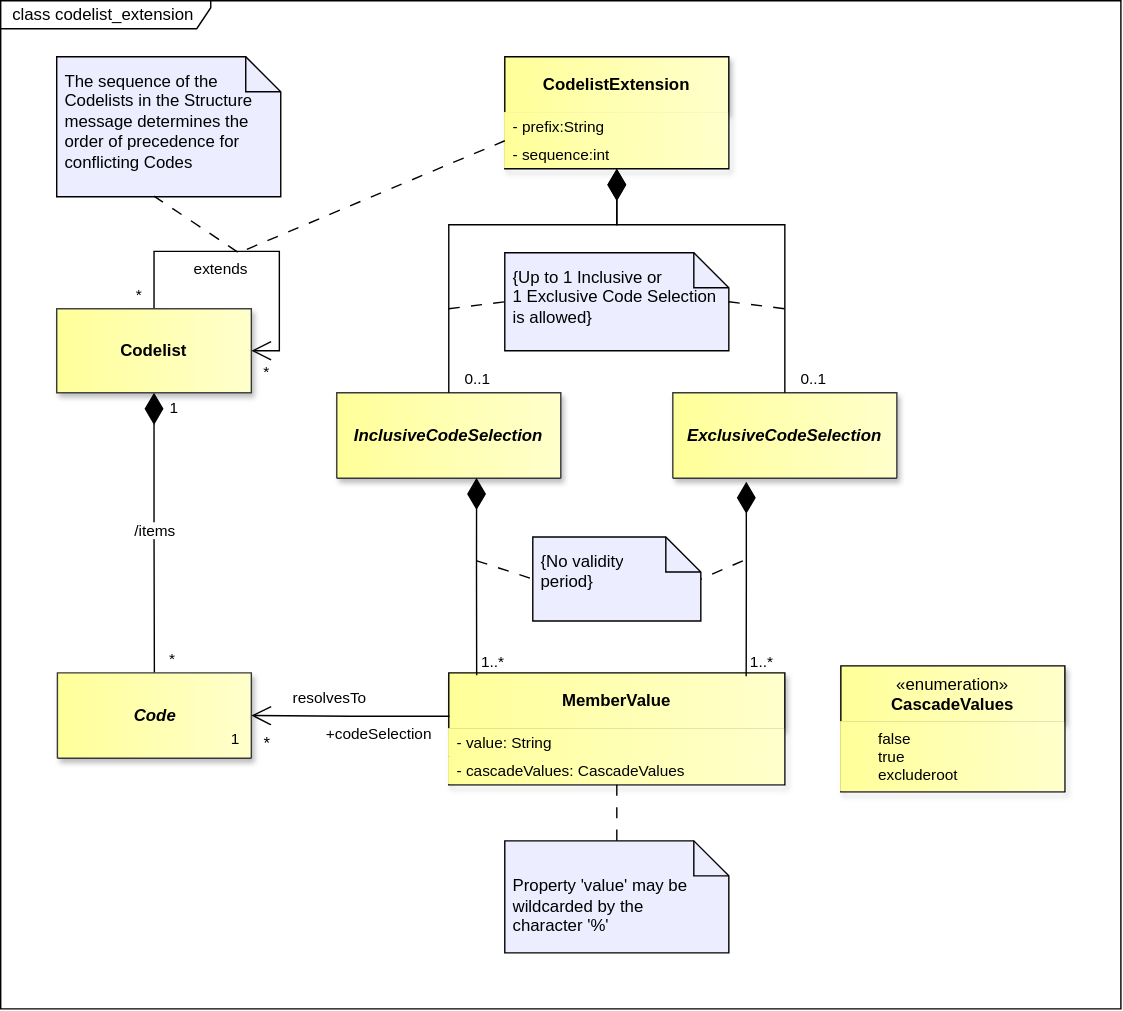
Earlier version of the draw.io export docs/information_model/media/sdmx_codelist-codelist_extension.svg (sdmx-twg/sdmx-im). Source tidied: cells renumbered, new cells last; positions are measured from the earlier drawing's top-left corner, leaving out a move shared by most shapes.
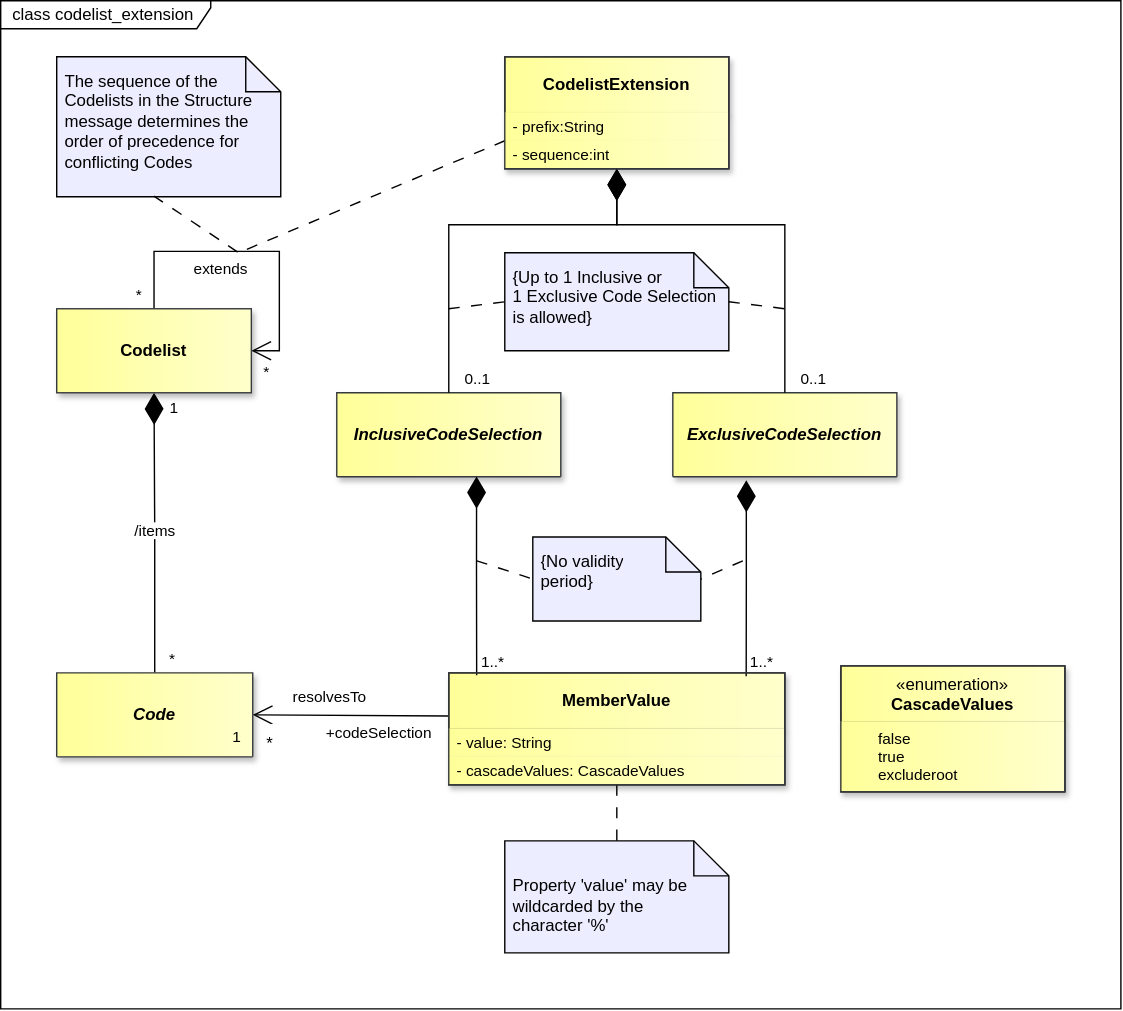
After the commit.

Change to the diagram source:
```diff
@@ -53,10 +53,10 @@
     <mxCell id="18" value="CodelistExtension" style="swimlane;fontStyle=1;align=center;verticalAlign=middle;horizontal=1;startSize=40;whiteSpace=wrap;html=1;fillColor=light-dark(#FFFF99,#FFFF99);strokeColor=light-dark(#000000,#000000);gradientDirection=east;swimlaneLine=1;fontColor=light-dark(#000000,#000000);labelBackgroundColor=none;textShadow=0;gradientColor=light-dark(#FFFFCC,#FFFFCC);shadow=1;" parent="1" vertex="1">
       <mxGeometry x="360" y="40" width="160" height="80" as="geometry" />
     </mxCell>
-    <mxCell id="19" value="- prefix:String" style="text;strokeColor=none;fillColor=light-dark(#FFFF99,#FFFF99);align=left;verticalAlign=middle;spacingLeft=4;spacingRight=4;overflow=hidden;whiteSpace=wrap;html=1;fontFamily=Helvetica;fontSize=11;fontColor=light-dark(#000000,#000000);gradientColor=light-dark(#FFFFCC,#FFFFCC);gradientDirection=east;" parent="18" vertex="1">
+    <mxCell id="19" value="- prefix:String" style="text;strokeColor=none;fillColor=light-dark(#FFFF99,#FFFF99);align=left;verticalAlign=middle;spacingLeft=4;spacingRight=4;overflow=hidden;whiteSpace=wrap;html=1;fontFamily=Helvetica;fontSize=11;fontColor=light-dark(#000000,#000000);gradientColor=light-dark(#FFFFCC,#FFFFCC);gradientDirection=east;shadow=1;" parent="18" vertex="1">
       <mxGeometry y="40" width="160" height="20" as="geometry" />
     </mxCell>
-    <mxCell id="20" value="&lt;div&gt;- sequence:int&lt;/div&gt;" style="text;strokeColor=none;fillColor=light-dark(#FFFF99,#FFFF99);align=left;verticalAlign=middle;spacingLeft=4;spacingRight=4;overflow=hidden;whiteSpace=wrap;html=1;fontFamily=Helvetica;fontSize=11;fontColor=light-dark(#000000,#000000);gradientColor=light-dark(#FFFFCC,#FFFFCC);gradientDirection=east;" parent="18" vertex="1">
+    <mxCell id="20" value="&lt;div&gt;- sequence:int&lt;/div&gt;" style="text;strokeColor=none;fillColor=light-dark(#FFFF99,#FFFF99);align=left;verticalAlign=middle;spacingLeft=4;spacingRight=4;overflow=hidden;whiteSpace=wrap;html=1;fontFamily=Helvetica;fontSize=11;fontColor=light-dark(#000000,#000000);gradientColor=light-dark(#FFFFCC,#FFFFCC);gradientDirection=east;shadow=1;" parent="18" vertex="1">
       <mxGeometry y="60" width="160" height="20" as="geometry" />
     </mxCell>
     <mxCell id="21" value="&lt;font style=&quot;color: light-dark(rgb(0, 0, 0), rgb(255, 255, 255)); background-color: light-dark(rgb(255, 255, 255), rgb(0, 0, 0));&quot;&gt;/items&lt;/font&gt;" style="endArrow=none;html=1;endSize=12;startArrow=diamondThin;startSize=20;startFill=1;edgeStyle=orthogonalEdgeStyle;rounded=0;endFill=0;strokeColor=light-dark(#000000,#FFFFFF);fontColor=light-dark(#000000,#FFFFFF);labelBackgroundColor=none;exitX=0.5;exitY=1;exitDx=0;exitDy=0;entryX=0.5;entryY=0;entryDx=0;entryDy=0;" parent="1" edge="1" source="27" target="28">
@@ -96,21 +96,21 @@
       <mxGeometry x="40" y="220" width="139" height="60" as="geometry" />
     </mxCell>
     <mxCell id="28" value="Code" style="swimlane;fontStyle=3;align=center;verticalAlign=middle;horizontal=1;startSize=61;whiteSpace=wrap;html=1;strokeColor=#36393d;fontFamily=Helvetica;fontSize=12;fillColor=light-dark(#FFFF99,#FFFF99);gradientDirection=east;gradientColor=light-dark(#FFFFCC,#FFFFCC);fontColor=light-dark(#000000,#000000);shadow=1;" parent="1" vertex="1">
-      <mxGeometry x="40.5" y="480" width="138.5" height="61" as="geometry" />
+      <mxGeometry x="40" y="480" width="140" height="60" as="geometry" />
     </mxCell>
     <mxCell id="29" value="InclusiveCodeSelection" style="swimlane;fontStyle=3;align=center;verticalAlign=middle;horizontal=1;startSize=61;whiteSpace=wrap;html=1;strokeColor=#36393d;fontFamily=Helvetica;fontSize=12;fillColor=light-dark(#FFFF99,#FFFF99);gradientDirection=east;gradientColor=light-dark(#FFFFCC,#FFFFCC);fontColor=light-dark(#000000,#000000);shadow=1;" parent="1" vertex="1">
-      <mxGeometry x="240" y="280" width="160" height="61" as="geometry" />
+      <mxGeometry x="240" y="280" width="160" height="60" as="geometry" />
     </mxCell>
     <mxCell id="30" value="ExclusiveCodeSelection" style="swimlane;fontStyle=3;align=center;verticalAlign=middle;horizontal=1;startSize=61;whiteSpace=wrap;html=1;strokeColor=#36393d;fontFamily=Helvetica;fontSize=12;fillColor=light-dark(#FFFF99,#FFFF99);gradientDirection=east;gradientColor=light-dark(#FFFFCC,#FFFFCC);fontColor=light-dark(#000000,#000000);shadow=1;" parent="1" vertex="1">
-      <mxGeometry x="480" y="280" width="160" height="61" as="geometry" />
+      <mxGeometry x="480" y="280" width="160" height="60" as="geometry" />
     </mxCell>
     <mxCell id="31" value="MemberValue" style="swimlane;fontStyle=1;align=center;verticalAlign=middle;horizontal=1;startSize=40;whiteSpace=wrap;html=1;fillColor=light-dark(#FFFF99,#FFFF99);strokeColor=light-dark(#000000,#000000);gradientDirection=east;swimlaneLine=1;fontColor=light-dark(#000000,#000000);labelBackgroundColor=none;textShadow=0;gradientColor=light-dark(#FFFFCC,#FFFFCC);shadow=1;" parent="1" vertex="1">
       <mxGeometry x="320" y="480" width="240" height="80" as="geometry" />
     </mxCell>
-    <mxCell id="32" value="- value: String" style="text;strokeColor=none;fillColor=light-dark(#FFFF99,#FFFF99);align=left;verticalAlign=middle;spacingLeft=4;spacingRight=4;overflow=hidden;whiteSpace=wrap;html=1;fontFamily=Helvetica;fontSize=11;fontColor=light-dark(#000000,#000000);gradientColor=light-dark(#FFFFCC,#FFFFCC);gradientDirection=east;" parent="31" vertex="1">
+    <mxCell id="32" value="- value: String" style="text;strokeColor=none;fillColor=light-dark(#FFFF99,#FFFF99);align=left;verticalAlign=middle;spacingLeft=4;spacingRight=4;overflow=hidden;whiteSpace=wrap;html=1;fontFamily=Helvetica;fontSize=11;fontColor=light-dark(#000000,#000000);gradientColor=light-dark(#FFFFCC,#FFFFCC);gradientDirection=east;shadow=1;" parent="31" vertex="1">
       <mxGeometry y="40" width="240" height="20" as="geometry" />
     </mxCell>
-    <mxCell id="33" value="&lt;div&gt;- cascadeValues:&amp;nbsp;&lt;span style=&quot;background-color: transparent;&quot;&gt;CascadeValues&lt;/span&gt;&lt;/div&gt;" style="text;strokeColor=none;fillColor=light-dark(#FFFF99,#FFFF99);align=left;verticalAlign=middle;spacingLeft=4;spacingRight=4;overflow=hidden;whiteSpace=wrap;html=1;fontFamily=Helvetica;fontSize=11;fontColor=light-dark(#000000,#000000);gradientColor=light-dark(#FFFFCC,#FFFFCC);gradientDirection=east;" parent="31" vertex="1">
+    <mxCell id="33" value="&lt;div&gt;- cascadeValues:&amp;nbsp;&lt;span style=&quot;background-color: transparent;&quot;&gt;CascadeValues&lt;/span&gt;&lt;/div&gt;" style="text;strokeColor=none;fillColor=light-dark(#FFFF99,#FFFF99);align=left;verticalAlign=middle;spacingLeft=4;spacingRight=4;overflow=hidden;whiteSpace=wrap;html=1;fontFamily=Helvetica;fontSize=11;fontColor=light-dark(#000000,#000000);gradientColor=light-dark(#FFFFCC,#FFFFCC);gradientDirection=east;shadow=1;" parent="31" vertex="1">
       <mxGeometry y="60" width="240" height="20" as="geometry" />
     </mxCell>
     <mxCell id="34" style="shape=note2;size=25;html=1;fillColor=light-dark(#ECEDFF,#ECEDFF);shadow=0;fontColor=light-dark(#000000,#000000);strokeColor=light-dark(#000000,#000000);labelPosition=center;verticalLabelPosition=middle;align=center;verticalAlign=middle;" parent="1" vertex="1">
@@ -122,7 +122,7 @@
     <mxCell id="36" value="&lt;span style=&quot;font-weight: normal;&quot;&gt;«enumeration»&lt;/span&gt;&lt;br&gt;CascadeValues" style="swimlane;fontStyle=1;align=center;verticalAlign=top;horizontal=1;startSize=40;whiteSpace=wrap;html=1;fillColor=light-dark(#FFFF99,#FFFF99);strokeColor=light-dark(#000000,#000000);gradientDirection=east;swimlaneLine=1;fontColor=light-dark(#000000,#000000);labelBackgroundColor=none;textShadow=0;gradientColor=light-dark(#FFFFCC,#FFFFCC);shadow=1;" parent="1" vertex="1">
       <mxGeometry x="600" y="475" width="160" height="90" as="geometry" />
     </mxCell>
-    <mxCell id="37" value="false&lt;div&gt;true&lt;/div&gt;&lt;div&gt;excluderoot&lt;/div&gt;" style="text;strokeColor=none;fillColor=light-dark(#FFFF99,#FFFF99);align=left;verticalAlign=middle;spacingLeft=25;spacingRight=4;overflow=hidden;whiteSpace=wrap;html=1;fontFamily=Helvetica;fontSize=11;fontColor=light-dark(#000000,#000000);gradientColor=light-dark(#FFFFCC,#FFFFCC);gradientDirection=east;" parent="36" vertex="1">
+    <mxCell id="37" value="false&lt;div&gt;true&lt;/div&gt;&lt;div&gt;excluderoot&lt;/div&gt;" style="text;strokeColor=none;fillColor=light-dark(#FFFF99,#FFFF99);align=left;verticalAlign=middle;spacingLeft=25;spacingRight=4;overflow=hidden;whiteSpace=wrap;html=1;fontFamily=Helvetica;fontSize=11;fontColor=light-dark(#000000,#000000);gradientColor=light-dark(#FFFFCC,#FFFFCC);gradientDirection=east;shadow=1;" parent="36" vertex="1">
       <mxGeometry y="40" width="160" height="50" as="geometry" />
     </mxCell>
     <mxCell id="38" style="shape=note2;size=25;html=1;fillColor=light-dark(#ECEDFF,#ECEDFF);shadow=0;fontColor=light-dark(#000000,#000000);strokeColor=light-dark(#000000,#000000);labelPosition=center;verticalLabelPosition=middle;align=center;verticalAlign=middle;" parent="1" vertex="1">
@@ -185,7 +185,7 @@
         <mxPoint x="20" y="-23" as="offset" />
       </mxGeometry>
     </mxCell>
-    <mxCell id="52" value="&lt;span style=&quot;background-color: light-dark(#ffffff, var(--ge-dark-color, #121212));&quot;&gt;resolvesTo&amp;nbsp; &amp;nbsp; &amp;nbsp; &amp;nbsp; &amp;nbsp;&amp;nbsp;&lt;/span&gt;&lt;div&gt;&lt;span style=&quot;background-color: light-dark(#ffffff, var(--ge-dark-color, #121212));&quot;&gt;&lt;br&gt;&lt;/span&gt;&lt;/div&gt;&lt;div style=&quot;text-align: right;&quot;&gt;&lt;span style=&quot;background-color: light-dark(#ffffff, var(--ge-dark-color, #121212));&quot;&gt;&amp;nbsp; &amp;nbsp; &amp;nbsp; &amp;nbsp; &amp;nbsp; &amp;nbsp; &amp;nbsp;+codeSelection&lt;/span&gt;&lt;/div&gt;" style="endArrow=open;html=1;endSize=12;startArrow=none;startSize=20;startFill=0;edgeStyle=orthogonalEdgeStyle;rounded=0;endFill=0;strokeColor=light-dark(#000000,#FFFFFF);fontColor=light-dark(#000000,#FFFFFF);labelBackgroundColor=none;exitX=0.002;exitY=0.388;exitDx=0;exitDy=0;entryX=1;entryY=0.5;entryDx=0;entryDy=0;exitPerimeter=0;" parent="1" edge="1" source="31" target="28">
+    <mxCell id="52" value="&lt;span style=&quot;background-color: light-dark(#ffffff, var(--ge-dark-color, #121212));&quot;&gt;resolvesTo&amp;nbsp; &amp;nbsp; &amp;nbsp; &amp;nbsp; &amp;nbsp;&amp;nbsp;&lt;/span&gt;&lt;div&gt;&lt;span style=&quot;background-color: light-dark(#ffffff, var(--ge-dark-color, #121212));&quot;&gt;&lt;br&gt;&lt;/span&gt;&lt;/div&gt;&lt;div style=&quot;text-align: right;&quot;&gt;&lt;span style=&quot;background-color: light-dark(#ffffff, var(--ge-dark-color, #121212));&quot;&gt;&amp;nbsp; &amp;nbsp; &amp;nbsp; &amp;nbsp; &amp;nbsp; &amp;nbsp; &amp;nbsp;+codeSelection&lt;/span&gt;&lt;/div&gt;" style="endArrow=open;html=1;endSize=12;startArrow=none;startSize=20;startFill=0;rounded=0;endFill=0;strokeColor=light-dark(#000000,#FFFFFF);fontColor=light-dark(#000000,#FFFFFF);labelBackgroundColor=none;exitX=0;exitY=0.385;exitDx=0;exitDy=0;entryX=1;entryY=0.5;entryDx=0;entryDy=0;exitPerimeter=0;" parent="1" edge="1" source="31" target="28">
       <mxGeometry relative="1" as="geometry" />
     </mxCell>
     <mxCell id="53" value="1" style="edgeLabel;html=1;align=right;verticalAlign=top;labelBackgroundColor=none;fontColor=light-dark(#000000,#FFFFFF);" parent="52" vertex="1">
@@ -231,5 +231,14 @@
     <mxCell id="61" style="endArrow=none;startArrow=none;endFill=0;startFill=0;endSize=8;html=1;verticalAlign=bottom;dashed=1;labelBackgroundColor=none;rounded=0;fontSize=12;curved=1;dashPattern=8 8;strokeWidth=1;exitX=0.5;exitY=1;exitDx=0;exitDy=0;entryX=0.5;entryY=0;entryDx=0;entryDy=0;entryPerimeter=0;" parent="1" edge="1" source="31" target="40">
       <mxGeometry relative="1" as="geometry" />
     </mxCell>
+    <mxCell id="62" style="rounded=0;whiteSpace=wrap;html=1;fillColor=none;strokeColor=#36393D;" parent="1" vertex="1">
+      <mxGeometry x="320" y="480" width="240" height="80" as="geometry" />
+    </mxCell>
+    <mxCell id="63" style="rounded=0;whiteSpace=wrap;html=1;fillColor=none;strokeColor=#36393D;" parent="1" vertex="1">
+      <mxGeometry x="600" y="475" width="160" height="90" as="geometry" />
+    </mxCell>
+    <mxCell id="64" style="rounded=0;whiteSpace=wrap;html=1;fillColor=none;strokeColor=#36393D;" parent="1" vertex="1">
+      <mxGeometry x="360" y="40" width="160" height="80" as="geometry" />
+    </mxCell>
   </root>
 </mxGraphModel>
```
